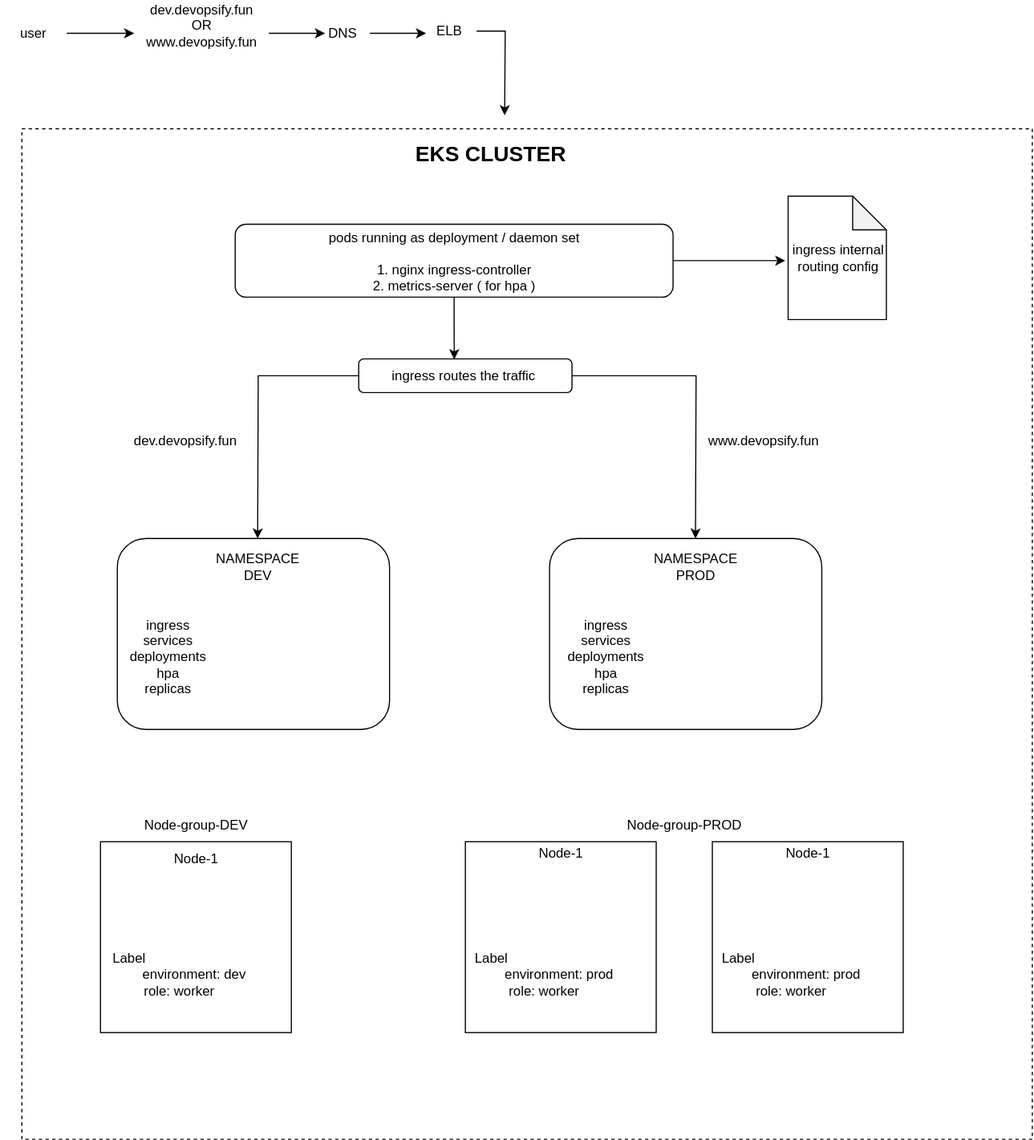
This is readme-images/system-arch.svg from huzaifa1221/microservices-DevOps-Aws, a draw.io export, as it was before one commit. Source tidied: cells renumbered, new cells last; positions are measured from the earlier drawing's top-left corner, leaving out a move shared by most shapes. Its diagram source:
```xml
<mxGraphModel>
  <root>
    <mxCell id="0" />
    <mxCell id="1" parent="0" />
    <mxCell id="2" style="whiteSpace=wrap;html=1;" parent="1" vertex="1">
      <mxGeometry x="90" y="737" width="170" height="170" as="geometry" />
    </mxCell>
    <mxCell id="3" value="Node-1" style="text;html=1;align=center;verticalAlign=middle;whiteSpace=wrap;rounded=0;" parent="1" vertex="1">
      <mxGeometry x="145" y="737" width="60" height="30" as="geometry" />
    </mxCell>
    <mxCell id="4" value="&lt;div style=&quot;text-align: left;&quot;&gt;&lt;span style=&quot;background-color: transparent; color: light-dark(rgb(0, 0, 0), rgb(255, 255, 255));&quot;&gt;Label&lt;/span&gt;&lt;/div&gt;&lt;div&gt;&lt;span style=&quot;white-space: pre;&quot;&gt;&#9;&lt;/span&gt;environment: dev&lt;/div&gt;&lt;div&gt;role: worker&lt;/div&gt;&lt;div&gt;&lt;br&gt;&lt;/div&gt;" style="text;html=1;align=center;verticalAlign=middle;whiteSpace=wrap;rounded=0;" parent="1" vertex="1">
      <mxGeometry x="95" y="847" width="130" height="30" as="geometry" />
    </mxCell>
    <mxCell id="5" value="Node-group-DEV" style="text;html=1;align=center;verticalAlign=middle;whiteSpace=wrap;rounded=0;" parent="1" vertex="1">
      <mxGeometry x="95" y="707" width="160" height="30" as="geometry" />
    </mxCell>
    <mxCell id="6" style="edgeStyle=orthogonalEdgeStyle;rounded=0;jettySize=auto;html=1;" parent="1" edge="1" source="7">
      <mxGeometry relative="1" as="geometry">
        <mxPoint x="700" y="219.5" as="targetPoint" />
      </mxGeometry>
    </mxCell>
    <mxCell id="7" value="pods running as deployment / daemon set&lt;div&gt;&lt;br&gt;&lt;/div&gt;&lt;div&gt;1. nginx ingress-controller&lt;/div&gt;&lt;div&gt;2. metrics-server ( for hpa )&lt;/div&gt;" style="rounded=1;whiteSpace=wrap;html=1;" parent="1" vertex="1">
      <mxGeometry x="210" y="187" width="390" height="65" as="geometry" />
    </mxCell>
    <mxCell id="8" style="rounded=1;whiteSpace=wrap;html=1;" parent="1" vertex="1">
      <mxGeometry x="105" y="467" width="242.5" height="170" as="geometry" />
    </mxCell>
    <mxCell id="9" style="edgeStyle=orthogonalEdgeStyle;rounded=0;jettySize=auto;html=1;entryX=0;entryY=0.5;entryDx=0;entryDy=0;" parent="1" edge="1" source="10" target="12">
      <mxGeometry relative="1" as="geometry" />
    </mxCell>
    <mxCell id="10" value="user" style="text;html=1;align=center;verticalAlign=middle;whiteSpace=wrap;rounded=0;" parent="1" vertex="1">
      <mxGeometry y="2" width="60" height="30" as="geometry" />
    </mxCell>
    <mxCell id="11" style="edgeStyle=orthogonalEdgeStyle;rounded=0;jettySize=auto;html=1;" parent="1" edge="1" source="12">
      <mxGeometry relative="1" as="geometry">
        <mxPoint x="290" y="17" as="targetPoint" />
      </mxGeometry>
    </mxCell>
    <mxCell id="12" value="dev.devopsify.fun&lt;div&gt;OR&lt;/div&gt;&lt;div&gt;www.devopsify.fun&lt;/div&gt;&lt;div&gt;&lt;br&gt;&lt;/div&gt;" style="text;html=1;align=center;verticalAlign=middle;whiteSpace=wrap;rounded=0;" parent="1" vertex="1">
      <mxGeometry x="120" y="2" width="120" height="30" as="geometry" />
    </mxCell>
    <mxCell id="13" style="edgeStyle=orthogonalEdgeStyle;rounded=0;jettySize=auto;html=1;" parent="1" edge="1" source="14">
      <mxGeometry relative="1" as="geometry">
        <mxPoint x="380" y="17" as="targetPoint" />
      </mxGeometry>
    </mxCell>
    <mxCell id="14" value="DNS" style="text;html=1;align=center;verticalAlign=middle;points=[];strokeColor=none;fillColor=none;" parent="1" vertex="1">
      <mxGeometry x="280" y="2" width="50" height="30" as="geometry" />
    </mxCell>
    <mxCell id="15" style="edgeStyle=orthogonalEdgeStyle;rounded=0;jettySize=auto;html=1;" parent="1" edge="1" source="16">
      <mxGeometry relative="1" as="geometry">
        <mxPoint x="450" y="90" as="targetPoint" />
      </mxGeometry>
    </mxCell>
    <mxCell id="16" value="ELB" style="text;html=1;align=center;verticalAlign=middle;points=[];strokeColor=none;fillColor=none;" parent="1" vertex="1">
      <mxGeometry x="375" width="50" height="30" as="geometry" />
    </mxCell>
    <mxCell id="17" style="whiteSpace=wrap;html=1;" parent="1" vertex="1">
      <mxGeometry x="415" y="737" width="170" height="170" as="geometry" />
    </mxCell>
    <mxCell id="18" value="Node-1" style="text;html=1;align=center;verticalAlign=middle;whiteSpace=wrap;rounded=0;" parent="1" vertex="1">
      <mxGeometry x="470" y="737" width="60" height="20" as="geometry" />
    </mxCell>
    <mxCell id="19" value="&lt;div style=&quot;text-align: left;&quot;&gt;&lt;span style=&quot;background-color: transparent; color: light-dark(rgb(0, 0, 0), rgb(255, 255, 255));&quot;&gt;Label&lt;/span&gt;&lt;/div&gt;&lt;div&gt;&lt;span style=&quot;white-space: pre;&quot;&gt;&#9;&lt;/span&gt;environment: prod&lt;/div&gt;&lt;div&gt;role: worker&lt;/div&gt;&lt;div&gt;&lt;br&gt;&lt;/div&gt;" style="text;html=1;align=center;verticalAlign=middle;whiteSpace=wrap;rounded=0;" parent="1" vertex="1">
      <mxGeometry x="420" y="847" width="130" height="30" as="geometry" />
    </mxCell>
    <mxCell id="20" value="Node-group-PROD" style="text;html=1;align=center;verticalAlign=middle;whiteSpace=wrap;rounded=0;" parent="1" vertex="1">
      <mxGeometry x="530" y="707" width="160" height="30" as="geometry" />
    </mxCell>
    <mxCell id="21" style="whiteSpace=wrap;html=1;" parent="1" vertex="1">
      <mxGeometry x="635" y="737" width="170" height="170" as="geometry" />
    </mxCell>
    <mxCell id="22" value="Node-1" style="text;html=1;align=center;verticalAlign=middle;whiteSpace=wrap;rounded=0;" parent="1" vertex="1">
      <mxGeometry x="690" y="737" width="60" height="20" as="geometry" />
    </mxCell>
    <mxCell id="23" value="&lt;div style=&quot;text-align: left;&quot;&gt;&lt;span style=&quot;background-color: transparent; color: light-dark(rgb(0, 0, 0), rgb(255, 255, 255));&quot;&gt;Label&lt;/span&gt;&lt;/div&gt;&lt;div&gt;&lt;span style=&quot;white-space: pre;&quot;&gt;&#9;&lt;/span&gt;environment: prod&lt;/div&gt;&lt;div&gt;role: worker&lt;/div&gt;&lt;div&gt;&lt;br&gt;&lt;/div&gt;" style="text;html=1;align=center;verticalAlign=middle;whiteSpace=wrap;rounded=0;" parent="1" vertex="1">
      <mxGeometry x="640" y="847" width="130" height="30" as="geometry" />
    </mxCell>
    <mxCell id="24" value="ingress internal routing config" style="shape=note;whiteSpace=wrap;html=1;backgroundOutline=1;darkOpacity=0.05;" parent="1" vertex="1">
      <mxGeometry x="702.5" y="162" width="87.5" height="110" as="geometry" />
    </mxCell>
    <mxCell id="25" style="edgeStyle=orthogonalEdgeStyle;rounded=0;jettySize=auto;html=1;" parent="1" edge="1" source="27">
      <mxGeometry relative="1" as="geometry">
        <mxPoint x="230" y="467" as="targetPoint" />
      </mxGeometry>
    </mxCell>
    <mxCell id="26" style="edgeStyle=orthogonalEdgeStyle;rounded=0;jettySize=auto;html=1;" parent="1" edge="1" source="27">
      <mxGeometry relative="1" as="geometry">
        <mxPoint x="620" y="467" as="targetPoint" />
      </mxGeometry>
    </mxCell>
    <mxCell id="27" value="ingress routes the traffic&amp;nbsp;" style="rounded=1;whiteSpace=wrap;html=1;" parent="1" vertex="1">
      <mxGeometry x="320" y="307" width="190" height="30" as="geometry" />
    </mxCell>
    <mxCell id="28" value="dev.devopsify.fun" style="text;html=1;align=center;verticalAlign=middle;strokeColor=none;fillColor=none;" parent="1" vertex="1">
      <mxGeometry x="105" y="365" width="120" height="30" as="geometry" />
    </mxCell>
    <mxCell id="29" value="www.devopsify.fun" style="text;html=1;align=center;verticalAlign=middle;strokeColor=none;fillColor=none;" parent="1" vertex="1">
      <mxGeometry x="620" y="365" width="120" height="30" as="geometry" />
    </mxCell>
    <mxCell id="30" value="&lt;div&gt;&lt;br&gt;&lt;/div&gt;&lt;div&gt;&lt;br&gt;&lt;/div&gt;" style="rounded=1;whiteSpace=wrap;html=1;" parent="1" vertex="1">
      <mxGeometry x="490" y="467" width="242.5" height="170" as="geometry" />
    </mxCell>
    <mxCell id="31" value="NAMESPACE&lt;div&gt;DEV&lt;/div&gt;" style="text;html=1;align=center;verticalAlign=middle;whiteSpace=wrap;rounded=0;" parent="1" vertex="1">
      <mxGeometry x="200" y="477" width="60" height="30" as="geometry" />
    </mxCell>
    <mxCell id="32" value="NAMESPACE&lt;div&gt;PROD&lt;/div&gt;" style="text;html=1;align=center;verticalAlign=middle;whiteSpace=wrap;rounded=0;" parent="1" vertex="1">
      <mxGeometry x="590" y="477" width="60" height="30" as="geometry" />
    </mxCell>
    <mxCell id="33" value="ingress&lt;div&gt;services&lt;/div&gt;&lt;div&gt;deployments&lt;/div&gt;&lt;div&gt;hpa&lt;/div&gt;&lt;div&gt;replicas&lt;/div&gt;" style="text;html=1;align=center;verticalAlign=middle;whiteSpace=wrap;rounded=0;" parent="1" vertex="1">
      <mxGeometry x="120" y="557" width="60" height="30" as="geometry" />
    </mxCell>
    <mxCell id="34" value="ingress&lt;div&gt;services&lt;/div&gt;&lt;div&gt;deployments&lt;/div&gt;&lt;div&gt;hpa&lt;/div&gt;&lt;div&gt;replicas&lt;/div&gt;" style="text;html=1;align=center;verticalAlign=middle;whiteSpace=wrap;rounded=0;" parent="1" vertex="1">
      <mxGeometry x="510" y="557" width="60" height="30" as="geometry" />
    </mxCell>
    <mxCell id="35" style="edgeStyle=orthogonalEdgeStyle;rounded=0;jettySize=auto;html=1;entryX=0.448;entryY=0.012;entryDx=0;entryDy=0;entryPerimeter=0;" parent="1" edge="1" source="7" target="27">
      <mxGeometry relative="1" as="geometry" />
    </mxCell>
    <mxCell id="36" style="whiteSpace=wrap;html=1;fillColor=none;dashed=1;" parent="1" vertex="1">
      <mxGeometry x="20" y="102" width="900" height="900" as="geometry" />
    </mxCell>
    <mxCell id="37" value="&lt;b&gt;&lt;font style=&quot;font-size: 19px;&quot;&gt;EKS CLUSTER&lt;/font&gt;&lt;/b&gt;" style="text;html=1;align=center;verticalAlign=middle;whiteSpace=wrap;rounded=0;" parent="1" vertex="1">
      <mxGeometry x="365" y="110" width="145" height="30" as="geometry" />
    </mxCell>
  </root>
</mxGraphModel>
```
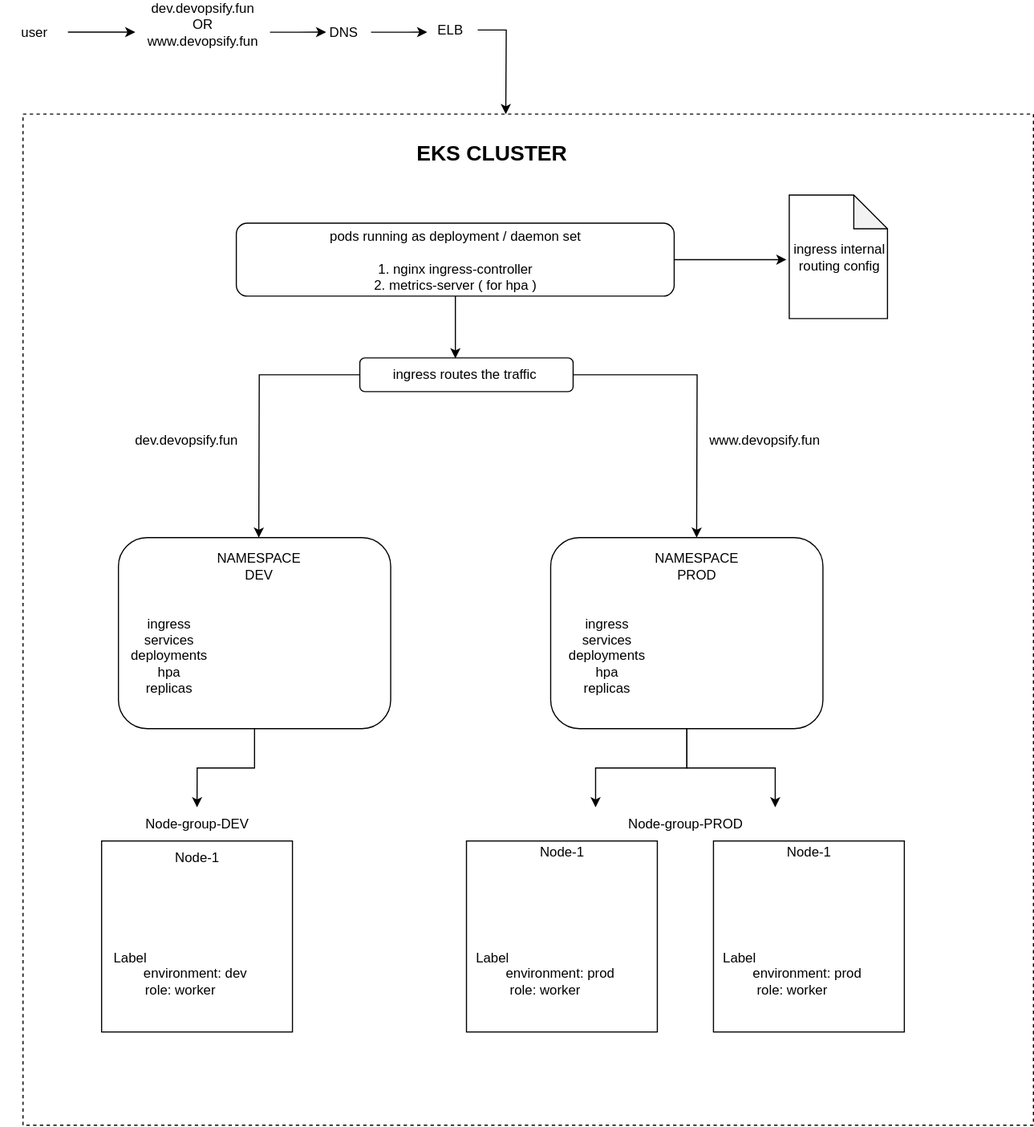
The same diagram one commit later.

Commit message:
new image of system-arch

Diff of the diagram source:
```diff
@@ -22,6 +22,9 @@
     <mxCell id="7" value="pods running as deployment / daemon set&lt;div&gt;&lt;br&gt;&lt;/div&gt;&lt;div&gt;1. nginx ingress-controller&lt;/div&gt;&lt;div&gt;2. metrics-server ( for hpa )&lt;/div&gt;" style="rounded=1;whiteSpace=wrap;html=1;" parent="1" vertex="1">
       <mxGeometry x="210" y="187" width="390" height="65" as="geometry" />
     </mxCell>
+    <mxCell id="38" style="edgeStyle=orthogonalEdgeStyle;rounded=0;jettySize=auto;html=1;entryX=0.5;entryY=0;entryDx=0;entryDy=0;" parent="1" edge="1" source="8" target="5">
+      <mxGeometry relative="1" as="geometry" />
+    </mxCell>
     <mxCell id="8" style="rounded=1;whiteSpace=wrap;html=1;" parent="1" vertex="1">
       <mxGeometry x="105" y="467" width="242.5" height="170" as="geometry" />
     </mxCell>
@@ -98,6 +101,12 @@
     <mxCell id="29" value="www.devopsify.fun" style="text;html=1;align=center;verticalAlign=middle;strokeColor=none;fillColor=none;" parent="1" vertex="1">
       <mxGeometry x="620" y="365" width="120" height="30" as="geometry" />
     </mxCell>
+    <mxCell id="39" style="edgeStyle=orthogonalEdgeStyle;rounded=0;jettySize=auto;html=1;entryX=0;entryY=0;entryDx=0;entryDy=0;" parent="1" edge="1" source="30" target="20">
+      <mxGeometry relative="1" as="geometry" />
+    </mxCell>
+    <mxCell id="40" style="edgeStyle=orthogonalEdgeStyle;rounded=0;jettySize=auto;html=1;entryX=1;entryY=0;entryDx=0;entryDy=0;" parent="1" edge="1" source="30" target="20">
+      <mxGeometry relative="1" as="geometry" />
+    </mxCell>
     <mxCell id="30" value="&lt;div&gt;&lt;br&gt;&lt;/div&gt;&lt;div&gt;&lt;br&gt;&lt;/div&gt;" style="rounded=1;whiteSpace=wrap;html=1;" parent="1" vertex="1">
       <mxGeometry x="490" y="467" width="242.5" height="170" as="geometry" />
     </mxCell>
@@ -116,8 +125,8 @@
     <mxCell id="35" style="edgeStyle=orthogonalEdgeStyle;rounded=0;jettySize=auto;html=1;entryX=0.448;entryY=0.012;entryDx=0;entryDy=0;entryPerimeter=0;" parent="1" edge="1" source="7" target="27">
       <mxGeometry relative="1" as="geometry" />
     </mxCell>
-    <mxCell id="36" style="whiteSpace=wrap;html=1;fillColor=none;dashed=1;" parent="1" vertex="1">
-      <mxGeometry x="20" y="102" width="900" height="900" as="geometry" />
+    <mxCell id="36" style="whiteSpace=wrap;html=1;fillColor=none;dashed=1;strokeColor=default;" parent="1" vertex="1">
+      <mxGeometry x="20" y="90" width="900" height="900" as="geometry" />
     </mxCell>
     <mxCell id="37" value="&lt;b&gt;&lt;font style=&quot;font-size: 19px;&quot;&gt;EKS CLUSTER&lt;/font&gt;&lt;/b&gt;" style="text;html=1;align=center;verticalAlign=middle;whiteSpace=wrap;rounded=0;" parent="1" vertex="1">
       <mxGeometry x="365" y="110" width="145" height="30" as="geometry" />
```
